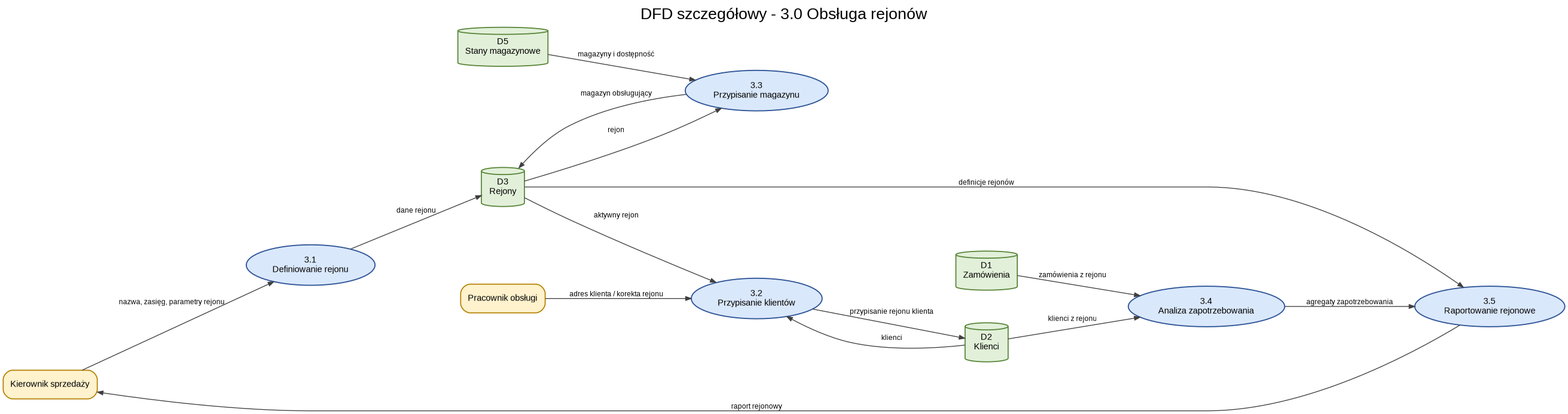
This is inzynieria/cwiczenie_6_diagramy/dfd_04_szczegolowy_rejon.png from kubatrojanowski538-create/prz, a Graphviz export, as it was before one commit. Its source is kept beside it as inzynieria/cwiczenie_6_diagramy/dfd_04_szczegolowy_rejon.dot. The source it was exported from:
```dot
digraph G {
  graph [
    rankdir=LR,
    splines=true,
    nodesep=0.55,
    ranksep=0.75,
    bgcolor="white",
    labelloc="t",
    label="DFD szczegółowy - 3.0 Obsługa rejonów",
    fontname="Arial",
    fontsize=20,
    compound=true
  ];
  node [fontname="Arial", fontsize=11, margin="0.12,0.08"];
  edge [fontname="Arial", fontsize=9, color="#3f3f3f", arrowsize=0.7];

  node [shape=box, style="rounded,filled", fillcolor="#fff2cc", color="#b57f00", penwidth=1.3];
  kierownik [label="Kierownik sprzedaży"];
  pracownik [label="Pracownik obsługi"];
  node [shape=ellipse, style="filled", fillcolor="#dae8fc", color="#2f5597", penwidth=1.4];
  p31 [label="3.1\nDefiniowanie rejonu"];
  p32 [label="3.2\nPrzypisanie klientów"];
  p33 [label="3.3\nPrzypisanie magazynu"];
  p34 [label="3.4\nAnaliza zapotrzebowania"];
  p35 [label="3.5\nRaportowanie rejonowe"];
  node [shape=cylinder, style="filled", fillcolor="#e2f0d9", color="#548235", penwidth=1.3];
  d3 [label="D3\nRejony"];
  d2 [label="D2\nKlienci"];
  d1 [label="D1\nZamówienia"];
  d5 [label="D5\nStany magazynowe"];
  kierownik -> p31 [label="nazwa, zasięg, parametry rejonu"];
  p31 -> d3 [label="dane rejonu"];
  pracownik -> p32 [label="adres klienta / korekta rejonu"];
  d2 -> p32 [label="klienci"];
  d3 -> p32 [label="aktywny rejon"];
  p32 -> d2 [label="przypisanie rejonu klienta"];
  d3 -> p33 [label="rejon"];
  d5 -> p33 [label="magazyny i dostępność"];
  p33 -> d3 [label="magazyn obsługujący"];
  d1 -> p34 [label="zamówienia z rejonu"];
  d2 -> p34 [label="klienci z rejonu"];
  p34 -> p35 [label="agregaty zapotrzebowania"];
  d3 -> p35 [label="definicje rejonów"];
  p35 -> kierownik [label="raport rejonowy"];
}
```
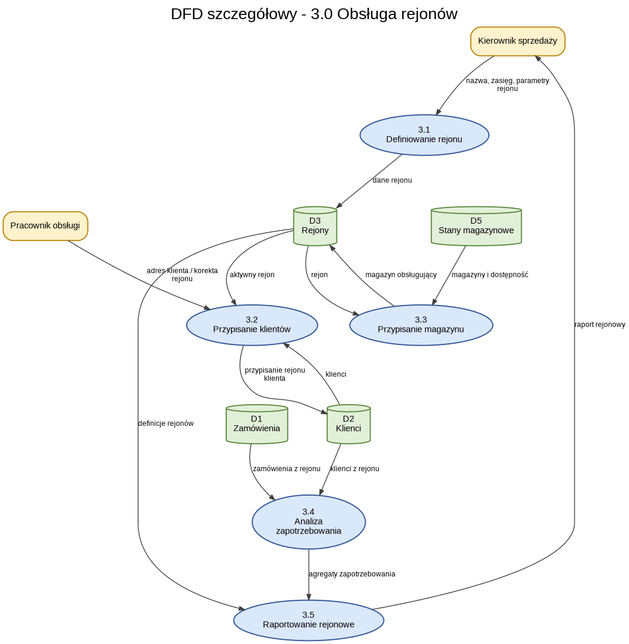
Above is the later version.

Diff of the diagram source:
```diff
@@ -1,6 +1,6 @@
 digraph G {
   graph [
-    rankdir=LR,
+    rankdir=TB,
     splines=true,
     nodesep=0.55,
     ranksep=0.75,
@@ -21,19 +21,19 @@
   p31 [label="3.1\nDefiniowanie rejonu"];
   p32 [label="3.2\nPrzypisanie klientów"];
   p33 [label="3.3\nPrzypisanie magazynu"];
-  p34 [label="3.4\nAnaliza zapotrzebowania"];
+  p34 [label="3.4\nAnaliza\nzapotrzebowania"];
   p35 [label="3.5\nRaportowanie rejonowe"];
   node [shape=cylinder, style="filled", fillcolor="#e2f0d9", color="#548235", penwidth=1.3];
   d3 [label="D3\nRejony"];
   d2 [label="D2\nKlienci"];
   d1 [label="D1\nZamówienia"];
   d5 [label="D5\nStany magazynowe"];
-  kierownik -> p31 [label="nazwa, zasięg, parametry rejonu"];
+  kierownik -> p31 [label="nazwa, zasięg, parametry\nrejonu"];
   p31 -> d3 [label="dane rejonu"];
-  pracownik -> p32 [label="adres klienta / korekta rejonu"];
+  pracownik -> p32 [label="adres klienta / korekta\nrejonu"];
   d2 -> p32 [label="klienci"];
   d3 -> p32 [label="aktywny rejon"];
-  p32 -> d2 [label="przypisanie rejonu klienta"];
+  p32 -> d2 [label="przypisanie rejonu\nklienta"];
   d3 -> p33 [label="rejon"];
   d5 -> p33 [label="magazyny i dostępność"];
   p33 -> d3 [label="magazyn obsługujący"];
```
